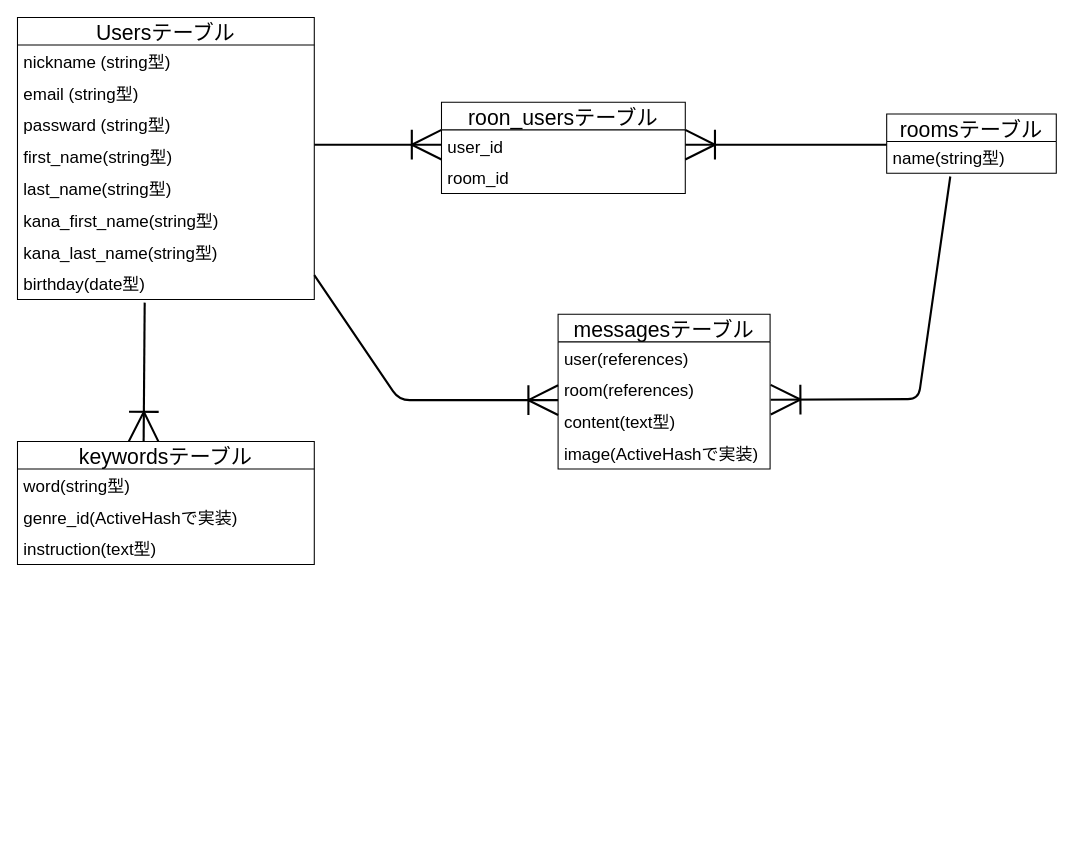
Earlier version of the draw.io diagram vocabulary-words.dio (ryotechcamp/vocabulary-words). Source tidied: cells renumbered, new cells numbered last; positions are measured from the earlier drawing's top-left corner, leaving out a move shared by most shapes. Both pictures are drawn from the tidied source at 106%, with x=0, y=0 at pixel (17, 17).
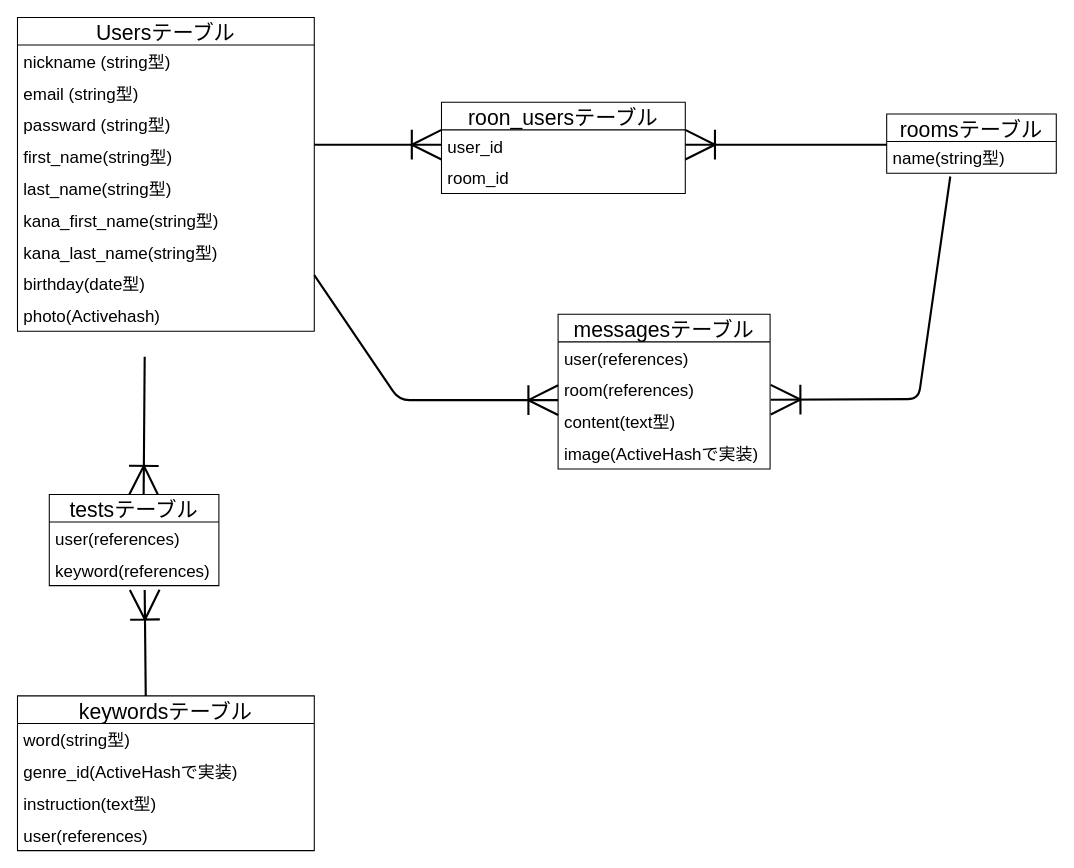
After the change.

What changed in the source:
```diff
@@
     <mxCell id="2" value="keywordsテーブル" style="swimlane;fontStyle=0;horizontal=1;startSize=26;align=center;fontSize=20;" parent="1" vertex="1">
-      <mxGeometry y="400" width="280" height="116" as="geometry" />
+      <mxGeometry y="640" width="280" height="146" as="geometry" />
     </mxCell>
@@
+    <mxCell id="30" value="user(references)" style="text;strokeColor=none;fillColor=none;spacingLeft=4;spacingRight=4;overflow=hidden;fontSize=16;" parent="2" vertex="1">
+      <mxGeometry y="116" width="280" height="30" as="geometry" />
+    </mxCell>
     <mxCell id="6" value="Usersテーブル" style="swimlane;fontStyle=0;horizontal=1;startSize=26;align=center;fontSize=20;" parent="1" vertex="1">
-      <mxGeometry width="280" height="266" as="geometry" />
+      <mxGeometry width="280" height="296" as="geometry" />
     </mxCell>
@@
+    <mxCell id="31" value="photo(Activehash)" style="text;strokeColor=none;fillColor=none;spacingLeft=4;spacingRight=4;overflow=hidden;fontSize=16;" parent="6" vertex="1">
+      <mxGeometry y="266" width="280" height="30" as="geometry" />
+    </mxCell>
@@
     <mxCell id="26" style="fontSize=12;html=1;endArrow=ERoneToMany;endSize=25;startSize=6;strokeWidth=2;" parent="1" edge="1">
       <mxGeometry relative="1" as="geometry">
-        <mxPoint x="120" y="269" as="sourcePoint" />
-        <mxPoint x="119" y="400" as="targetPoint" />
+        <mxPoint x="120" y="320" as="sourcePoint" />
+        <mxPoint x="119" y="451" as="targetPoint" />
       </mxGeometry>
     </mxCell>
@@
+    <mxCell id="32" value="testsテーブル" style="swimlane;fontStyle=0;horizontal=1;startSize=26;align=center;fontSize=20;" parent="1" vertex="1">
+      <mxGeometry x="30" y="450" width="160" height="86" as="geometry" />
+    </mxCell>
+    <mxCell id="33" value="user(references)" style="text;strokeColor=none;fillColor=none;spacingLeft=4;spacingRight=4;overflow=hidden;fontSize=16;" parent="32" vertex="1">
+      <mxGeometry y="26" width="160" height="30" as="geometry" />
+    </mxCell>
+    <mxCell id="34" value="keyword(references)" style="text;strokeColor=none;fillColor=none;spacingLeft=4;spacingRight=4;overflow=hidden;fontSize=16;" parent="32" vertex="1">
+      <mxGeometry y="56" width="160" height="30" as="geometry" />
+    </mxCell>
+    <mxCell id="35" style="fontSize=12;html=1;endArrow=ERoneToMany;endSize=25;startSize=6;strokeWidth=2;" parent="1" edge="1">
+      <mxGeometry relative="1" as="geometry">
+        <mxPoint x="121" y="640" as="sourcePoint" />
+        <mxPoint x="120" y="540" as="targetPoint" />
+      </mxGeometry>
+    </mxCell>
```
